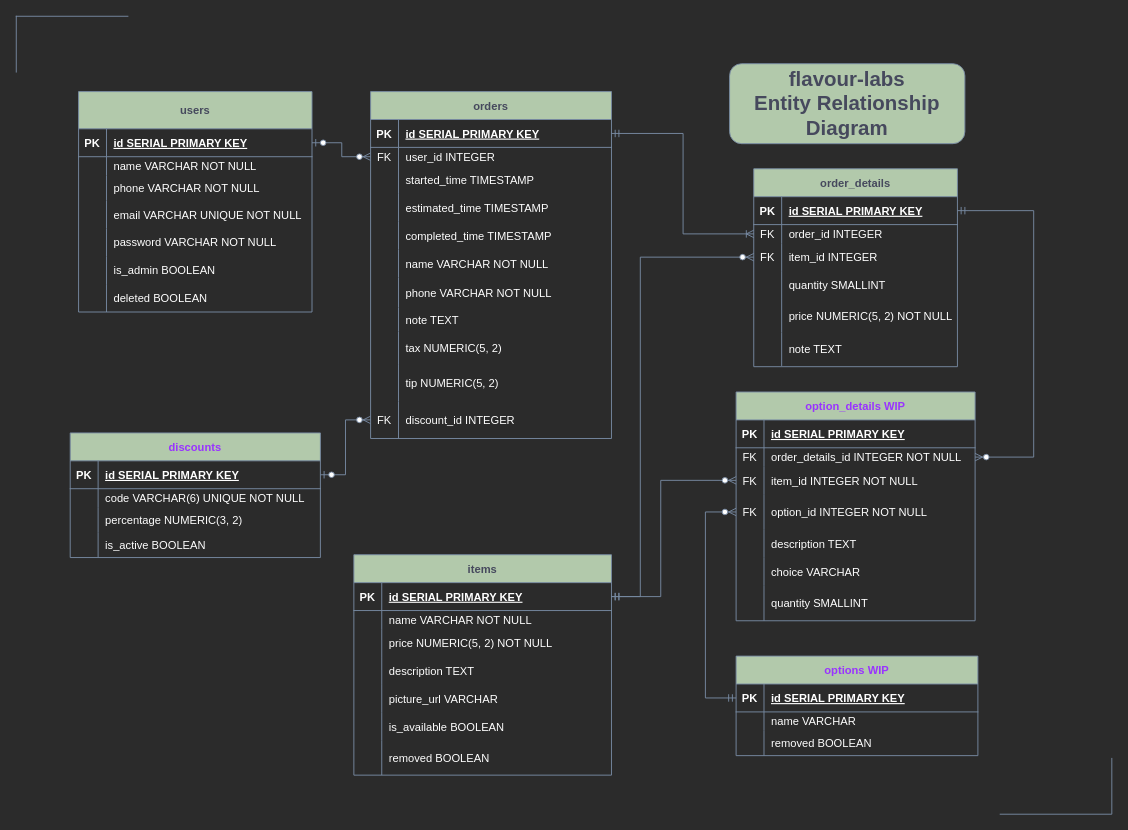
Earlier version of the draw.io diagram flavourLabsERD.drawio (sachieko/flavour-lab). Source tidied: cells renumbered, new cells numbered last; positions are measured from the earlier drawing's top-left corner, leaving out a move shared by most shapes. Both pictures are drawn from the tidied source at 93%, with x=0, y=0 at pixel (16, 16).
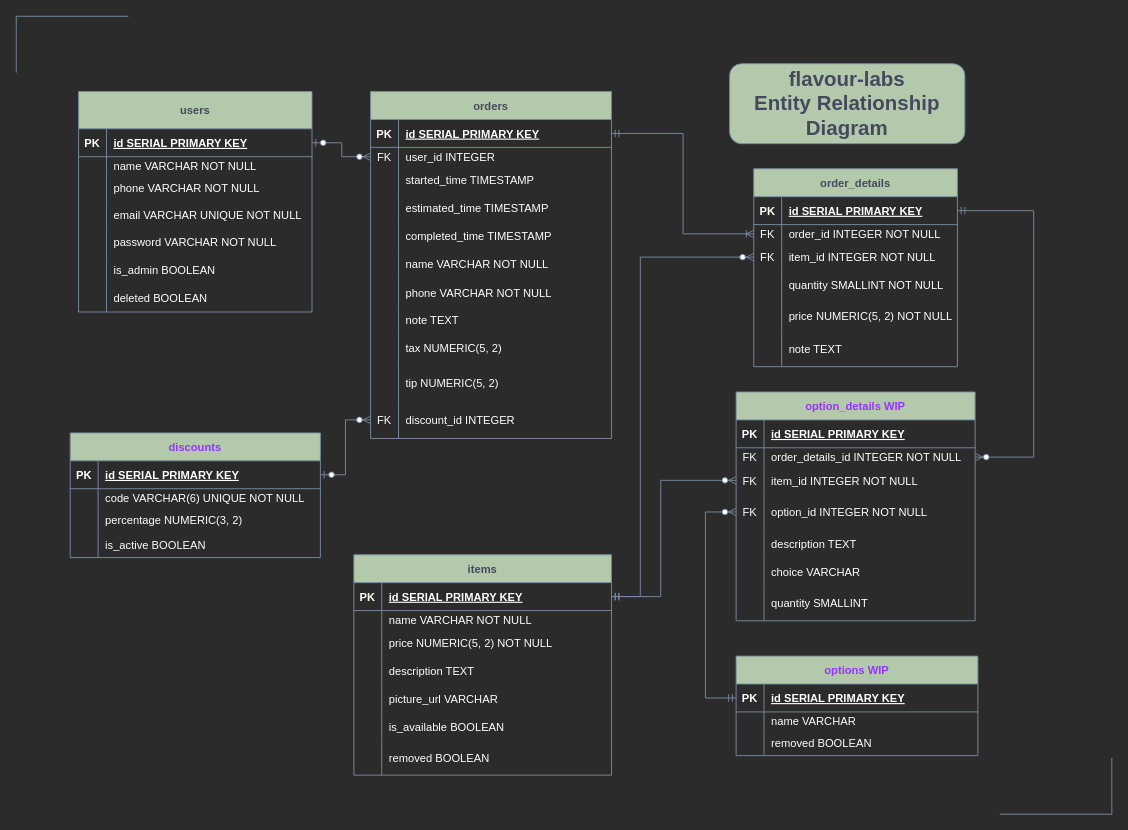
After the change.

Unchanged cells that the change refers to:
```xml
<mxCell id="84" style="shape=tableRow;horizontal=0;startSize=0;swimlaneHead=0;swimlaneBody=0;fillColor=none;points=[[0,0.5],[1,0.5]];portConstraint=eastwest;top=0;left=0;right=0;bottom=0;strokeColor=#788AA3;fontColor=#46495D;" parent="80" vertex="1">
  <mxGeometry y="60" width="219" height="20" as="geometry" />
</mxCell>
<mxCell id="87" style="shape=tableRow;horizontal=0;startSize=0;swimlaneHead=0;swimlaneBody=0;fillColor=none;points=[[0,0.5],[1,0.5]];portConstraint=eastwest;top=0;left=0;right=0;bottom=0;strokeColor=#788AA3;fontColor=#46495D;" parent="80" vertex="1">
  <mxGeometry y="80" width="219" height="30" as="geometry" />
</mxCell>
<mxCell id="90" style="shape=tableRow;horizontal=0;startSize=0;swimlaneHead=0;swimlaneBody=0;fillColor=none;top=0;left=0;right=0;bottom=0;strokeColor=#788AA3;fontColor=#46495D;" parent="80" vertex="1">
  <mxGeometry y="110" width="219" height="30" as="geometry" />
</mxCell>
```

What changed in the source:
```diff
@@
-    <mxCell id="86" value="order_id INTEGER" style="shape=partialRectangle;fillColor=none;top=0;left=0;bottom=0;right=0;align=left;spacingLeft=6;overflow=hidden;strokeColor=#788AA3;fontColor=#FFFFFF;" parent="84" vertex="1">
+    <mxCell id="86" value="order_id INTEGER NOT NULL" style="shape=partialRectangle;fillColor=none;top=0;left=0;bottom=0;right=0;align=left;spacingLeft=6;overflow=hidden;strokeColor=#788AA3;fontColor=#FFFFFF;" parent="84" vertex="1">
       <mxGeometry x="30" width="189" height="20" as="geometry" />
     </mxCell>
@@
-    <mxCell id="89" value="item_id INTEGER" style="shape=partialRectangle;fillColor=none;top=0;left=0;bottom=0;right=0;align=left;spacingLeft=6;overflow=hidden;strokeColor=#788AA3;fontColor=#FFFFFF;" parent="87" vertex="1">
+    <mxCell id="89" value="item_id INTEGER NOT NULL" style="shape=partialRectangle;fillColor=none;top=0;left=0;bottom=0;right=0;align=left;spacingLeft=6;overflow=hidden;strokeColor=#788AA3;fontColor=#FFFFFF;" parent="87" vertex="1">
       <mxGeometry x="30" width="189" height="30" as="geometry" />
     </mxCell>
@@
-    <mxCell id="92" value="quantity SMALLINT" style="shape=partialRectangle;fillColor=none;top=0;left=0;bottom=0;right=0;align=left;spacingLeft=6;overflow=hidden;strokeColor=#788AA3;fontColor=#FFFFFF;" parent="90" vertex="1">
+    <mxCell id="92" value="quantity SMALLINT NOT NULL" style="shape=partialRectangle;fillColor=none;top=0;left=0;bottom=0;right=0;align=left;spacingLeft=6;overflow=hidden;strokeColor=#788AA3;fontColor=#FFFFFF;" parent="90" vertex="1">
       <mxGeometry x="30" width="189" height="30" as="geometry" />
     </mxCell>
```
